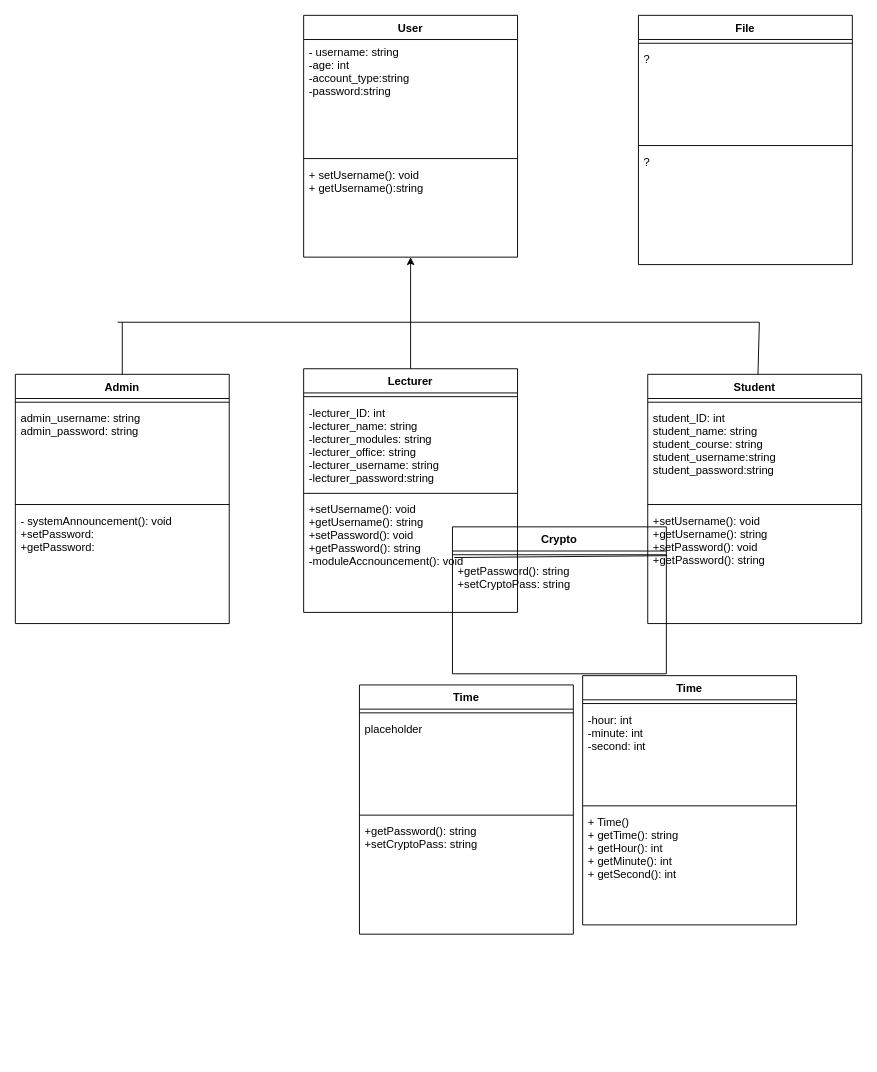
The draw.io diagram UML Design (MG)/SecureProgUML(30014095).drawio in mgreen01/Secure-Programming-Project, before the edit. Source tidied: cells renumbered, new cells numbered last; positions are measured from the earlier drawing's top-left corner, leaving out a move shared by most shapes. Both pictures are drawn from the tidied source at 93%, with x=0, y=0 at pixel (15, 15).
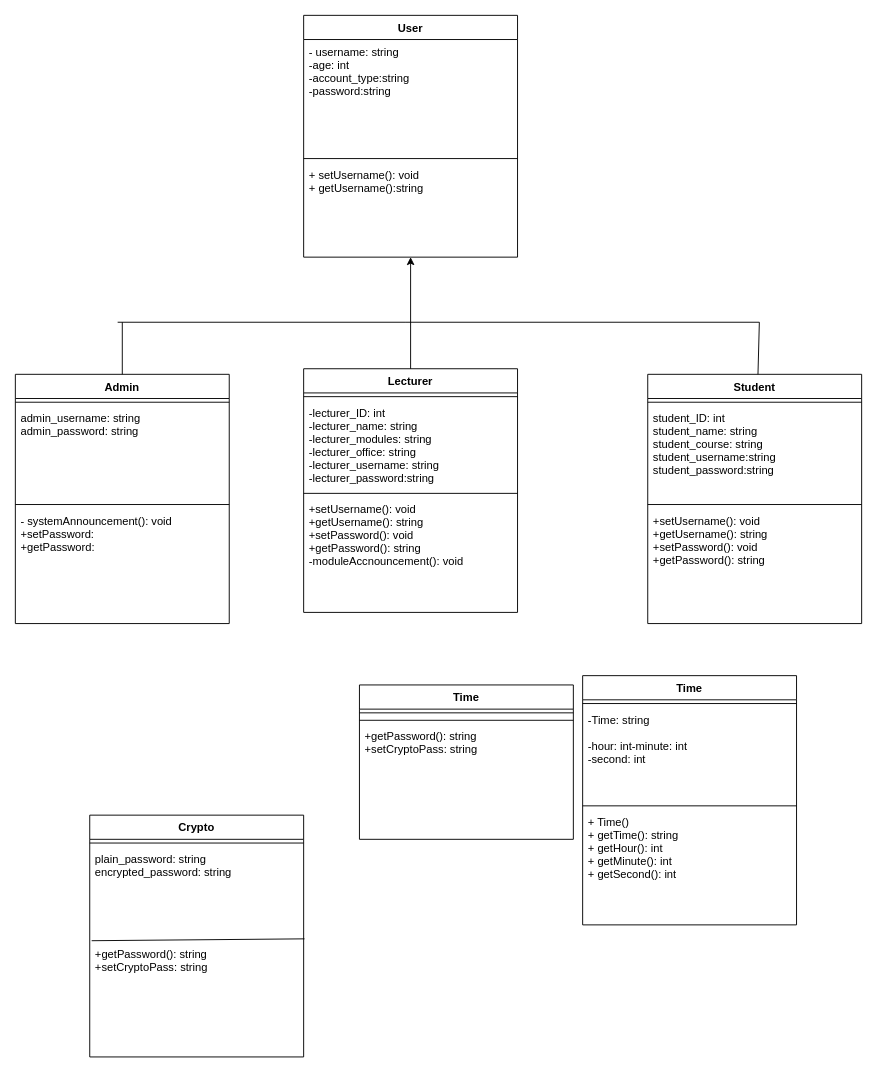
Above is the later version.

Unchanged cells that the change refers to:
```xml
<mxCell id="31" value="Time" style="swimlane;fontStyle=1;align=center;verticalAlign=top;horizontal=1;startSize=26;" parent="1" vertex="1">
  <mxGeometry x="610" y="710" width="230" height="268" as="geometry" />
</mxCell>
```

Change to the diagram source:
```diff
@@
-    <mxCell id="2" value="File" style="swimlane;fontStyle=1;align=center;verticalAlign=top;horizontal=1;startSize=26;" parent="1" vertex="1">
-      <mxGeometry x="670" width="230" height="268" as="geometry" />
-    </mxCell>
-    <mxCell id="3" style="line;strokeWidth=1;fillColor=none;align=left;verticalAlign=middle;spacingTop=-1;spacingLeft=3;spacingRight=3;labelPosition=right;" parent="2" vertex="1">
-      <mxGeometry y="26" width="230" height="8" as="geometry" />
-    </mxCell>
-    <mxCell id="4" value="?" style="text;strokeColor=none;fillColor=none;align=left;verticalAlign=top;spacingLeft=4;spacingRight=4;overflow=hidden;" parent="2" vertex="1">
-      <mxGeometry y="34" width="230" height="102" as="geometry" />
-    </mxCell>
-    <mxCell id="5" style="line;strokeWidth=1;fillColor=none;align=left;verticalAlign=middle;spacingTop=-1;spacingLeft=3;spacingRight=3;labelPosition=right;" parent="2" vertex="1">
-      <mxGeometry y="136" width="230" height="8" as="geometry" />
-    </mxCell>
-    <mxCell id="6" value="?" style="text;strokeColor=none;fillColor=none;align=left;verticalAlign=top;spacingLeft=4;spacingRight=4;overflow=hidden;" parent="2" vertex="1">
-      <mxGeometry y="144" width="230" height="124" as="geometry" />
-    </mxCell>
@@
     <mxCell id="11" value="Crypto" style="swimlane;fontStyle=1;align=center;verticalAlign=top;horizontal=1;startSize=26;" parent="1" vertex="1">
-      <mxGeometry x="470" y="550" width="230" height="158" as="geometry" />
+      <mxGeometry x="80" y="860" width="230" height="260" as="geometry" />
     </mxCell>
@@
+    <mxCell id="42" value="plain_password: string&#10;encrypted_password: string&#10;" style="text;strokeColor=none;fillColor=none;align=left;verticalAlign=top;spacingLeft=4;spacingRight=4;overflow=hidden;" parent="11" vertex="1">
+      <mxGeometry y="34" width="230" height="102" as="geometry" />
+    </mxCell>
     <mxCell id="13" value="+getPassword(): string&#10;+setCryptoPass: string&#10;" style="text;strokeColor=none;fillColor=none;align=left;verticalAlign=top;spacingLeft=4;spacingRight=4;overflow=hidden;points=[[0,0.5],[1,0.5]];portConstraint=eastwest;" parent="11" vertex="1">
-      <mxGeometry y="34" width="230" height="124" as="geometry" />
+      <mxGeometry y="136" width="230" height="124" as="geometry" />
     </mxCell>
@@
-    <mxCell id="33" value="-hour: int&#10;-minute: int&#10;-second: int&#10;" style="text;strokeColor=none;fillColor=none;align=left;verticalAlign=top;spacingLeft=4;spacingRight=4;overflow=hidden;" parent="31" vertex="1">
+    <mxCell id="33" value="-Time: string&#10;&#10;-hour: int-minute: int&#10;-second: int&#10;" style="text;strokeColor=none;fillColor=none;align=left;verticalAlign=top;spacingLeft=4;spacingRight=4;overflow=hidden;" parent="31" vertex="1">
       <mxGeometry y="34" width="230" height="102" as="geometry" />
     </mxCell>
@@
     <mxCell id="40" value="Time" style="swimlane;fontStyle=1;align=center;verticalAlign=top;horizontal=1;startSize=26;" parent="1" vertex="1">
-      <mxGeometry x="370" y="720" width="230" height="268" as="geometry" />
+      <mxGeometry x="370" y="720" width="230" height="166" as="geometry" />
     </mxCell>
@@
-    <mxCell id="42" value="placeholder&#10;" style="text;strokeColor=none;fillColor=none;align=left;verticalAlign=top;spacingLeft=4;spacingRight=4;overflow=hidden;" parent="40" vertex="1">
-      <mxGeometry y="34" width="230" height="102" as="geometry" />
-    </mxCell>
     <mxCell id="43" style="line;strokeWidth=1;fillColor=none;align=left;verticalAlign=middle;spacingTop=-1;spacingLeft=3;spacingRight=3;labelPosition=right;" parent="40" vertex="1">
-      <mxGeometry y="136" width="230" height="8" as="geometry" />
+      <mxGeometry y="34" width="230" height="8" as="geometry" />
     </mxCell>
     <mxCell id="44" value="+getPassword(): string&#10;+setCryptoPass: string" style="text;strokeColor=none;fillColor=none;align=left;verticalAlign=top;spacingLeft=4;spacingRight=4;overflow=hidden;" parent="40" vertex="1">
-      <mxGeometry y="144" width="230" height="124" as="geometry" />
+      <mxGeometry y="42" width="230" height="124" as="geometry" />
     </mxCell>
```
